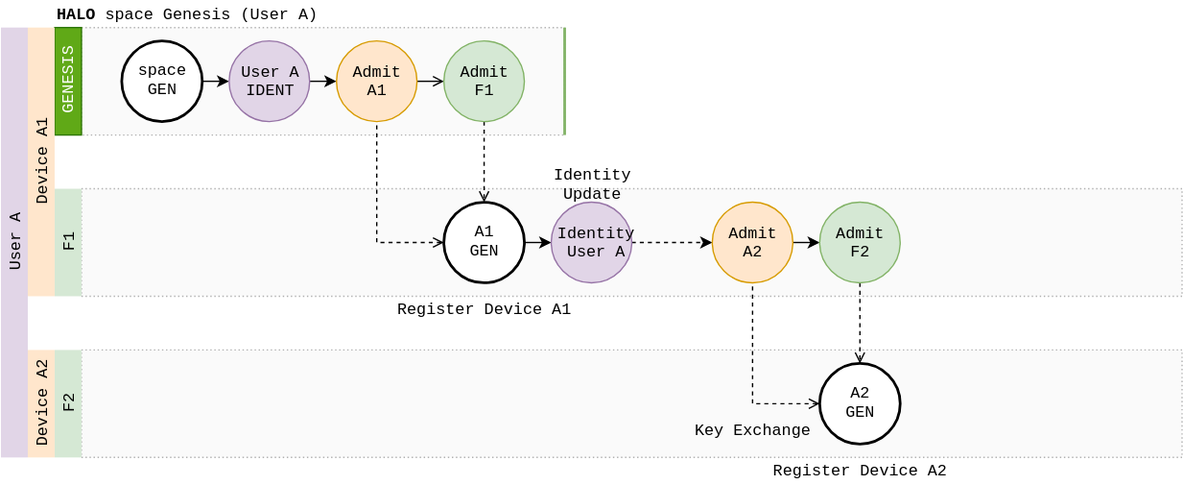
Before: docs/docs/design/diagrams/halo-credentials.drawio.svg, a diagram exported from draw.io (dxos/dxos). Source tidied: cells renumbered, new cells last; positions are measured from the earlier drawing's top-left corner, leaving out a move shared by most shapes. Its diagram source:
```xml
<mxGraphModel background="#ffffff">
  <root>
    <mxCell id="0" />
    <mxCell id="1" parent="0" />
    <mxCell id="2" style="rounded=0;whiteSpace=wrap;html=1;fillColor=#f5f5f5;dashed=1;dashPattern=1 2;strokeWidth=1;opacity=50;strokeColor=#666666;fontColor=#333333;" parent="1" vertex="1">
      <mxGeometry x="60" y="20" width="360" height="80" as="geometry" />
    </mxCell>
    <mxCell id="3" style="rounded=0;whiteSpace=wrap;html=1;fillColor=#f5f5f5;dashed=1;dashPattern=1 2;strokeWidth=1;opacity=50;strokeColor=#666666;fontColor=#333333;" parent="1" vertex="1">
      <mxGeometry x="60" y="140" width="820" height="80" as="geometry" />
    </mxCell>
    <mxCell id="4" style="rounded=0;whiteSpace=wrap;html=1;fillColor=#f5f5f5;dashed=1;dashPattern=1 2;strokeWidth=1;opacity=50;strokeColor=#666666;fontColor=#333333;" parent="1" vertex="1">
      <mxGeometry x="60" y="260" width="820" height="80" as="geometry" />
    </mxCell>
    <mxCell id="5" style="edgeStyle=orthogonalEdgeStyle;rounded=0;jettySize=auto;html=1;exitX=1;exitY=0.5;exitDx=0;exitDy=0;entryX=0;entryY=0.5;entryDx=0;entryDy=0;fontFamily=Courier New;fontSize=12;" parent="1" edge="1" source="6" target="8">
      <mxGeometry relative="1" as="geometry" />
    </mxCell>
    <mxCell id="6" value="Party&lt;br style=&quot;font-size: 12px;&quot;&gt;GEN" style="ellipse;whiteSpace=wrap;html=1;fontFamily=Courier New;fontSize=12;strokeWidth=2;" parent="1" vertex="1">
      <mxGeometry x="90" y="30" width="60" height="60" as="geometry" />
    </mxCell>
    <mxCell id="7" style="edgeStyle=orthogonalEdgeStyle;rounded=0;jettySize=auto;html=1;exitX=1;exitY=0.5;exitDx=0;exitDy=0;entryX=0;entryY=0.5;entryDx=0;entryDy=0;endArrow=classic;endFill=1;fontFamily=Courier New;fontSize=12;" parent="1" edge="1" source="8" target="28">
      <mxGeometry relative="1" as="geometry" />
    </mxCell>
    <mxCell id="8" value="User A&lt;br&gt;IDENT" style="ellipse;whiteSpace=wrap;html=1;fontFamily=Courier New;fontSize=12;fillColor=#e1d5e7;strokeColor=#9673a6;" parent="1" vertex="1">
      <mxGeometry x="170" y="30" width="60" height="60" as="geometry" />
    </mxCell>
    <mxCell id="9" style="edgeStyle=orthogonalEdgeStyle;rounded=0;jettySize=auto;html=1;exitX=1;exitY=0.5;exitDx=0;exitDy=0;entryX=0;entryY=0.5;entryDx=0;entryDy=0;fontFamily=Courier New;fontSize=12;" parent="1" edge="1" source="11" target="15">
      <mxGeometry relative="1" as="geometry" />
    </mxCell>
    <mxCell id="10" style="edgeStyle=orthogonalEdgeStyle;rounded=0;jettySize=auto;html=1;exitX=0;exitY=0.5;exitDx=0;exitDy=0;entryX=0.5;entryY=1;entryDx=0;entryDy=0;dashed=1;endArrow=none;endFill=0;fontFamily=Courier New;fontSize=12;startArrow=open;startFill=0;" parent="1" edge="1" source="11" target="28">
      <mxGeometry relative="1" as="geometry" />
    </mxCell>
    <mxCell id="11" value="A1&lt;br&gt;GEN" style="ellipse;whiteSpace=wrap;html=1;fontFamily=Courier New;fontSize=12;strokeWidth=2;" parent="1" vertex="1">
      <mxGeometry x="330" y="150" width="60" height="60" as="geometry" />
    </mxCell>
    <mxCell id="12" style="edgeStyle=orthogonalEdgeStyle;rounded=0;jettySize=auto;html=1;exitX=0;exitY=0.5;exitDx=0;exitDy=0;entryX=0.5;entryY=1;entryDx=0;entryDy=0;endArrow=none;endFill=0;fontFamily=Courier New;fontSize=12;dashed=1;startArrow=open;startFill=0;" parent="1" edge="1" source="13" target="18">
      <mxGeometry relative="1" as="geometry" />
    </mxCell>
    <mxCell id="13" value="A2&lt;br&gt;GEN" style="ellipse;whiteSpace=wrap;html=1;fontFamily=Courier New;fontSize=12;strokeWidth=2;" parent="1" vertex="1">
      <mxGeometry x="610" y="270" width="60" height="60" as="geometry" />
    </mxCell>
    <mxCell id="14" style="edgeStyle=orthogonalEdgeStyle;rounded=0;jettySize=auto;html=1;exitX=1;exitY=0.5;exitDx=0;exitDy=0;entryX=0;entryY=0.5;entryDx=0;entryDy=0;dashed=1;fontFamily=Courier New;fontSize=12;" parent="1" edge="1" source="15" target="18">
      <mxGeometry relative="1" as="geometry" />
    </mxCell>
    <mxCell id="15" value="Profile&lt;br style=&quot;font-size: 12px&quot;&gt;User A" style="ellipse;whiteSpace=wrap;html=1;fontFamily=Courier New;fontSize=12;fillColor=#e1d5e7;strokeColor=#9673a6;" parent="1" vertex="1">
      <mxGeometry x="410" y="150" width="60" height="60" as="geometry" />
    </mxCell>
    <mxCell id="16" style="edgeStyle=orthogonalEdgeStyle;rounded=0;jettySize=auto;html=1;exitX=0.5;exitY=1;exitDx=0;exitDy=0;entryX=0.5;entryY=0;entryDx=0;entryDy=0;fontFamily=Courier New;fontSize=12;dashed=1;endArrow=open;endFill=0;" parent="1" edge="1" source="32" target="13">
      <mxGeometry relative="1" as="geometry" />
    </mxCell>
    <mxCell id="17" style="edgeStyle=orthogonalEdgeStyle;rounded=0;jettySize=auto;html=1;exitX=1;exitY=0.5;exitDx=0;exitDy=0;entryX=0;entryY=0.5;entryDx=0;entryDy=0;endArrow=classic;endFill=1;fontFamily=Courier New;fontSize=12;" parent="1" edge="1" source="18" target="32">
      <mxGeometry relative="1" as="geometry" />
    </mxCell>
    <mxCell id="18" value="Admit&lt;br style=&quot;font-size: 12px&quot;&gt;A2" style="ellipse;whiteSpace=wrap;html=1;fontFamily=Courier New;fontSize=12;fillColor=#ffe6cc;strokeColor=#d79b00;" parent="1" vertex="1">
      <mxGeometry x="530" y="150" width="60" height="60" as="geometry" />
    </mxCell>
    <mxCell id="19" value="F2" style="rounded=0;whiteSpace=wrap;html=1;strokeWidth=1;horizontal=0;fillColor=#d5e8d4;strokeColor=none;fontSize=12;fontFamily=Courier New;" parent="1" vertex="1">
      <mxGeometry x="40" y="260" width="20" height="80" as="geometry" />
    </mxCell>
    <mxCell id="20" value="F1" style="rounded=0;whiteSpace=wrap;html=1;strokeWidth=1;horizontal=0;fillColor=#d5e8d4;strokeColor=none;fontSize=12;fontFamily=Courier New;" parent="1" vertex="1">
      <mxGeometry x="40" y="140" width="20" height="80" as="geometry" />
    </mxCell>
    <mxCell id="21" value="GENESIS" style="rounded=0;whiteSpace=wrap;html=1;strokeWidth=1;horizontal=0;fillColor=#60a917;strokeColor=#2D7600;fontColor=#ffffff;fontSize=12;fontFamily=Courier New;" parent="1" vertex="1">
      <mxGeometry x="40" y="20" width="20" height="80" as="geometry" />
    </mxCell>
    <mxCell id="22" value="User A" style="rounded=0;whiteSpace=wrap;html=1;strokeWidth=1;horizontal=0;fillColor=#e1d5e7;strokeColor=none;fontSize=12;fontFamily=Courier New;" parent="1" vertex="1">
      <mxGeometry y="20" width="20" height="320" as="geometry" />
    </mxCell>
    <mxCell id="23" value="Device A2" style="rounded=0;whiteSpace=wrap;html=1;strokeWidth=1;horizontal=0;fillColor=#ffe6cc;strokeColor=none;fontSize=12;fontFamily=Courier New;" parent="1" vertex="1">
      <mxGeometry x="20" y="260" width="20" height="80" as="geometry" />
    </mxCell>
    <mxCell id="24" value="Device A1" style="rounded=0;whiteSpace=wrap;html=1;strokeWidth=1;horizontal=0;fillColor=#ffe6cc;strokeColor=none;fontSize=12;fontFamily=Courier New;" parent="1" vertex="1">
      <mxGeometry x="20" y="20" width="20" height="200" as="geometry" />
    </mxCell>
    <mxCell id="25" value="&lt;b&gt;HALO&lt;/b&gt; Party Genesis (User A)" style="text;html=1;strokeColor=none;fillColor=none;align=left;verticalAlign=middle;whiteSpace=wrap;rounded=0;dashed=1;dashPattern=1 2;fontFamily=Courier New;fontSize=12;opacity=50;" parent="1" vertex="1">
      <mxGeometry x="40" width="240" height="20" as="geometry" />
    </mxCell>
    <mxCell id="26" value="Profile Update" style="text;html=1;strokeColor=none;fillColor=none;align=center;verticalAlign=middle;whiteSpace=wrap;rounded=0;dashed=1;dashPattern=1 2;fontFamily=Courier New;fontSize=12;opacity=50;" parent="1" vertex="1">
      <mxGeometry x="380" y="120" width="120" height="20" as="geometry" />
    </mxCell>
    <mxCell id="27" style="edgeStyle=orthogonalEdgeStyle;rounded=0;jettySize=auto;html=1;exitX=1;exitY=0.5;exitDx=0;exitDy=0;entryX=0;entryY=0.5;entryDx=0;entryDy=0;endArrow=open;endFill=0;fontFamily=Courier New;fontSize=12;" parent="1" edge="1" source="28" target="31">
      <mxGeometry relative="1" as="geometry" />
    </mxCell>
    <mxCell id="28" value="Admit&lt;br style=&quot;font-size: 12px&quot;&gt;A1" style="ellipse;whiteSpace=wrap;html=1;fontFamily=Courier New;fontSize=12;fillColor=#ffe6cc;strokeColor=#d79b00;" parent="1" vertex="1">
      <mxGeometry x="250" y="30" width="60" height="60" as="geometry" />
    </mxCell>
    <mxCell id="29" value="Register Device A1" style="text;html=1;strokeColor=none;fillColor=none;align=center;verticalAlign=middle;whiteSpace=wrap;rounded=0;dashed=1;dashPattern=1 2;fontFamily=Courier New;fontSize=12;opacity=50;" parent="1" vertex="1">
      <mxGeometry x="280" y="220" width="160" height="20" as="geometry" />
    </mxCell>
    <mxCell id="30" style="edgeStyle=orthogonalEdgeStyle;rounded=0;jettySize=auto;html=1;exitX=0.5;exitY=1;exitDx=0;exitDy=0;entryX=0.5;entryY=0;entryDx=0;entryDy=0;dashed=1;endArrow=open;endFill=0;fontFamily=Courier New;fontSize=12;" parent="1" edge="1" source="31" target="11">
      <mxGeometry relative="1" as="geometry" />
    </mxCell>
    <mxCell id="31" value="Admit&lt;br style=&quot;font-size: 12px&quot;&gt;F1" style="ellipse;whiteSpace=wrap;html=1;fontFamily=Courier New;fontSize=12;fillColor=#d5e8d4;strokeColor=#82b366;" parent="1" vertex="1">
      <mxGeometry x="330" y="30" width="60" height="60" as="geometry" />
    </mxCell>
    <mxCell id="32" value="Admit&lt;br style=&quot;font-size: 12px&quot;&gt;F2" style="ellipse;whiteSpace=wrap;html=1;fontFamily=Courier New;fontSize=12;fillColor=#d5e8d4;strokeColor=#82b366;" parent="1" vertex="1">
      <mxGeometry x="610" y="150" width="60" height="60" as="geometry" />
    </mxCell>
    <mxCell id="33" value="Key Exchange" style="text;html=1;strokeColor=none;fillColor=none;align=center;verticalAlign=middle;whiteSpace=wrap;rounded=0;dashed=1;dashPattern=1 2;fontFamily=Courier New;fontSize=12;opacity=50;" parent="1" vertex="1">
      <mxGeometry x="500" y="310" width="120" height="20" as="geometry" />
    </mxCell>
    <mxCell id="34" value="Register Device A2" style="text;html=1;strokeColor=none;fillColor=none;align=center;verticalAlign=middle;whiteSpace=wrap;rounded=0;dashed=1;dashPattern=1 2;fontFamily=Courier New;fontSize=12;opacity=50;" parent="1" vertex="1">
      <mxGeometry x="560" y="340" width="160" height="20" as="geometry" />
    </mxCell>
    <mxCell id="35" style="endArrow=none;html=1;strokeWidth=2;fontFamily=Courier New;fontSize=12;fillColor=#d5e8d4;strokeColor=#82b366;" parent="1" edge="1">
      <mxGeometry relative="1" as="geometry">
        <mxPoint x="420" y="100" as="sourcePoint" />
        <mxPoint x="420" y="20" as="targetPoint" />
      </mxGeometry>
    </mxCell>
  </root>
</mxGraphModel>
```
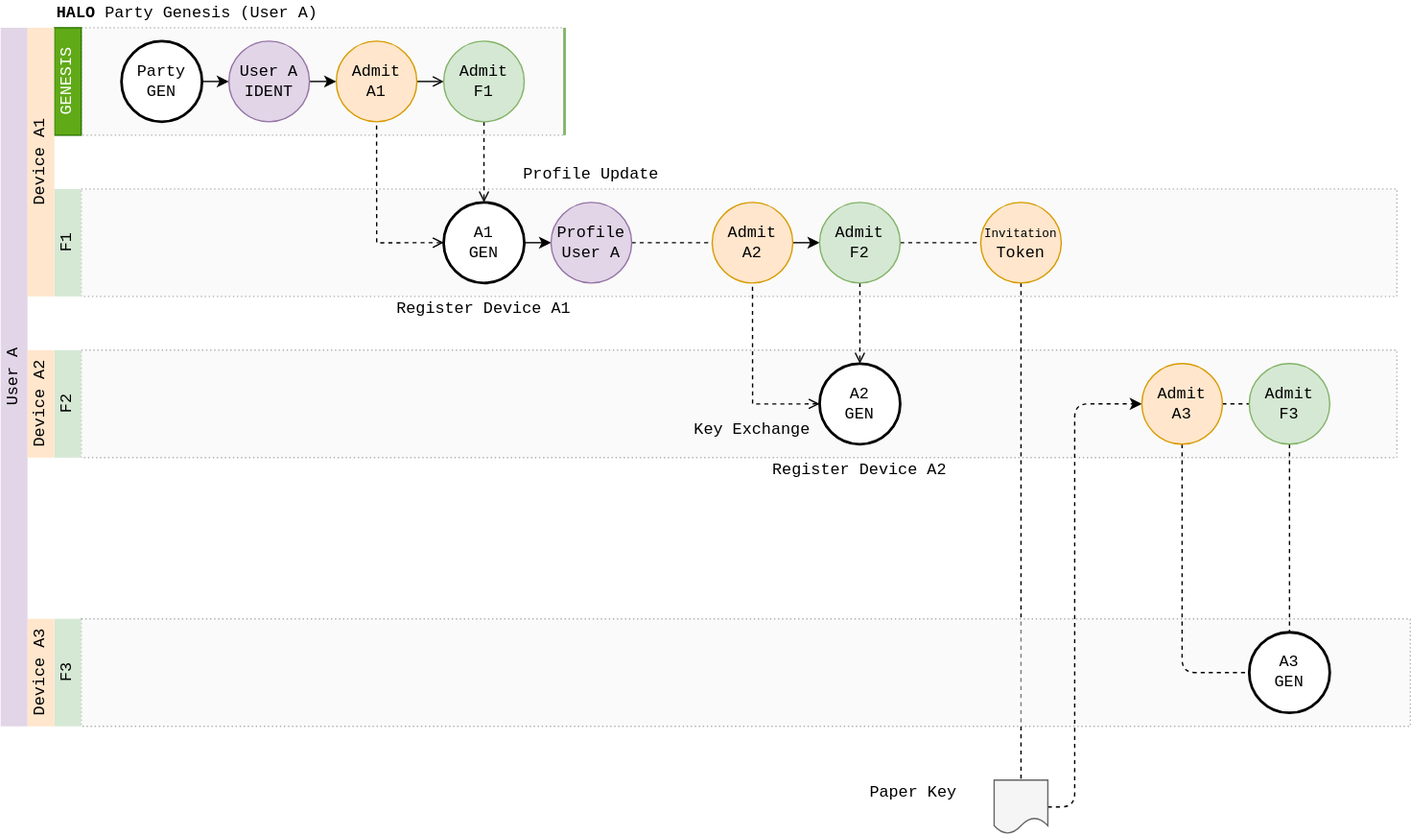
After the change.

What changed in the source:
```diff
@@ -6,10 +6,10 @@
       <mxGeometry x="60" y="20" width="360" height="80" as="geometry" />
     </mxCell>
     <mxCell id="3" style="rounded=0;whiteSpace=wrap;html=1;fillColor=#f5f5f5;dashed=1;dashPattern=1 2;strokeWidth=1;opacity=50;strokeColor=#666666;fontColor=#333333;" parent="1" vertex="1">
-      <mxGeometry x="60" y="140" width="820" height="80" as="geometry" />
+      <mxGeometry x="60" y="140" width="980" height="80" as="geometry" />
     </mxCell>
     <mxCell id="4" style="rounded=0;whiteSpace=wrap;html=1;fillColor=#f5f5f5;dashed=1;dashPattern=1 2;strokeWidth=1;opacity=50;strokeColor=#666666;fontColor=#333333;" parent="1" vertex="1">
-      <mxGeometry x="60" y="260" width="820" height="80" as="geometry" />
+      <mxGeometry x="60" y="260" width="980" height="80" as="geometry" />
     </mxCell>
     <mxCell id="5" style="edgeStyle=orthogonalEdgeStyle;rounded=0;jettySize=auto;html=1;exitX=1;exitY=0.5;exitDx=0;exitDy=0;entryX=0;entryY=0.5;entryDx=0;entryDy=0;fontFamily=Courier New;fontSize=12;" parent="1" edge="1" source="6" target="8">
       <mxGeometry relative="1" as="geometry" />
@@ -38,7 +38,7 @@
     <mxCell id="13" value="A2&lt;br&gt;GEN" style="ellipse;whiteSpace=wrap;html=1;fontFamily=Courier New;fontSize=12;strokeWidth=2;" parent="1" vertex="1">
       <mxGeometry x="610" y="270" width="60" height="60" as="geometry" />
     </mxCell>
-    <mxCell id="14" style="edgeStyle=orthogonalEdgeStyle;rounded=0;jettySize=auto;html=1;exitX=1;exitY=0.5;exitDx=0;exitDy=0;entryX=0;entryY=0.5;entryDx=0;entryDy=0;dashed=1;fontFamily=Courier New;fontSize=12;" parent="1" edge="1" source="15" target="18">
+    <mxCell id="14" style="edgeStyle=orthogonalEdgeStyle;rounded=0;jettySize=auto;html=1;exitX=1;exitY=0.5;exitDx=0;exitDy=0;entryX=0;entryY=0.5;entryDx=0;entryDy=0;dashed=1;fontFamily=Courier New;fontSize=12;endArrow=none;endFill=0;" parent="1" edge="1" source="15" target="18">
       <mxGeometry relative="1" as="geometry" />
     </mxCell>
     <mxCell id="15" value="Profile&lt;br style=&quot;font-size: 12px&quot;&gt;User A" style="ellipse;whiteSpace=wrap;html=1;fontFamily=Courier New;fontSize=12;fillColor=#e1d5e7;strokeColor=#9673a6;" parent="1" vertex="1">
@@ -63,7 +63,7 @@
       <mxGeometry x="40" y="20" width="20" height="80" as="geometry" />
     </mxCell>
     <mxCell id="22" value="User A" style="rounded=0;whiteSpace=wrap;html=1;strokeWidth=1;horizontal=0;fillColor=#e1d5e7;strokeColor=none;fontSize=12;fontFamily=Courier New;" parent="1" vertex="1">
-      <mxGeometry y="20" width="20" height="320" as="geometry" />
+      <mxGeometry y="20" width="20" height="520" as="geometry" />
     </mxCell>
     <mxCell id="23" value="Device A2" style="rounded=0;whiteSpace=wrap;html=1;strokeWidth=1;horizontal=0;fillColor=#ffe6cc;strokeColor=none;fontSize=12;fontFamily=Courier New;" parent="1" vertex="1">
       <mxGeometry x="20" y="260" width="20" height="80" as="geometry" />
@@ -92,6 +92,9 @@
     <mxCell id="31" value="Admit&lt;br style=&quot;font-size: 12px&quot;&gt;F1" style="ellipse;whiteSpace=wrap;html=1;fontFamily=Courier New;fontSize=12;fillColor=#d5e8d4;strokeColor=#82b366;" parent="1" vertex="1">
       <mxGeometry x="330" y="30" width="60" height="60" as="geometry" />
     </mxCell>
+    <mxCell id="36" style="edgeStyle=none;html=1;exitX=1;exitY=0.5;exitDx=0;exitDy=0;entryX=0;entryY=0.5;entryDx=0;entryDy=0;fontSize=9;endArrow=none;endFill=0;dashed=1;" parent="1" edge="1" source="32" target="38">
+      <mxGeometry relative="1" as="geometry" />
+    </mxCell>
     <mxCell id="32" value="Admit&lt;br style=&quot;font-size: 12px&quot;&gt;F2" style="ellipse;whiteSpace=wrap;html=1;fontFamily=Courier New;fontSize=12;fillColor=#d5e8d4;strokeColor=#82b366;" parent="1" vertex="1">
       <mxGeometry x="610" y="150" width="60" height="60" as="geometry" />
     </mxCell>
@@ -107,5 +110,56 @@
         <mxPoint x="420" y="20" as="targetPoint" />
       </mxGeometry>
     </mxCell>
+    <mxCell id="37" style="edgeStyle=none;html=1;exitX=0.5;exitY=1;exitDx=0;exitDy=0;dashed=1;fontSize=9;endArrow=none;endFill=0;" parent="1" edge="1" source="38" target="44">
+      <mxGeometry relative="1" as="geometry" />
+    </mxCell>
+    <mxCell id="38" value="&lt;font style=&quot;font-size: 9px;&quot;&gt;Invitation&lt;/font&gt;&lt;br&gt;Token" style="ellipse;whiteSpace=wrap;html=1;fontFamily=Courier New;fontSize=12;fillColor=#ffe6cc;strokeColor=#d79b00;" parent="1" vertex="1">
+      <mxGeometry x="730" y="150" width="60" height="60" as="geometry" />
+    </mxCell>
+    <mxCell id="39" style="rounded=0;whiteSpace=wrap;html=1;fillColor=#f5f5f5;dashed=1;dashPattern=1 2;strokeWidth=1;opacity=50;strokeColor=#666666;fontColor=#333333;" parent="1" vertex="1">
+      <mxGeometry x="60" y="460" width="990" height="80" as="geometry" />
+    </mxCell>
+    <mxCell id="40" value="A3&lt;br&gt;GEN" style="ellipse;whiteSpace=wrap;html=1;fontFamily=Courier New;fontSize=12;strokeWidth=2;" parent="1" vertex="1">
+      <mxGeometry x="930" y="470" width="60" height="60" as="geometry" />
+    </mxCell>
+    <mxCell id="41" value="F3" style="rounded=0;whiteSpace=wrap;html=1;strokeWidth=1;horizontal=0;fillColor=#d5e8d4;strokeColor=none;fontSize=12;fontFamily=Courier New;" parent="1" vertex="1">
+      <mxGeometry x="40" y="460" width="20" height="80" as="geometry" />
+    </mxCell>
+    <mxCell id="42" value="Device A3" style="rounded=0;whiteSpace=wrap;html=1;strokeWidth=1;horizontal=0;fillColor=#ffe6cc;strokeColor=none;fontSize=12;fontFamily=Courier New;" parent="1" vertex="1">
+      <mxGeometry x="20" y="460" width="20" height="80" as="geometry" />
+    </mxCell>
+    <mxCell id="43" style="edgeStyle=none;html=1;exitX=1;exitY=0.5;exitDx=0;exitDy=0;dashed=1;fontSize=9;endArrow=classic;endFill=1;entryX=0;entryY=0.5;entryDx=0;entryDy=0;" parent="1" edge="1" source="44" target="47">
+      <mxGeometry relative="1" as="geometry">
+        <Array as="points">
+          <mxPoint x="800" y="600" />
+          <mxPoint x="800" y="300" />
+        </Array>
+      </mxGeometry>
+    </mxCell>
+    <mxCell id="44" style="shape=document;whiteSpace=wrap;html=1;boundedLbl=1;fontSize=9;fillColor=#f5f5f5;fontColor=#333333;strokeColor=#666666;" parent="1" vertex="1">
+      <mxGeometry x="740" y="580" width="40" height="40" as="geometry" />
+    </mxCell>
+    <mxCell id="45" style="edgeStyle=none;html=1;exitX=0.5;exitY=1;exitDx=0;exitDy=0;entryX=0;entryY=0.5;entryDx=0;entryDy=0;dashed=1;fontSize=9;endArrow=none;endFill=0;" parent="1" edge="1" source="47" target="40">
+      <mxGeometry relative="1" as="geometry">
+        <Array as="points">
+          <mxPoint x="880" y="500" />
+        </Array>
+      </mxGeometry>
+    </mxCell>
+    <mxCell id="46" style="edgeStyle=none;html=1;exitX=1;exitY=0.5;exitDx=0;exitDy=0;dashed=1;fontSize=9;endArrow=none;endFill=0;" parent="1" edge="1" source="47" target="49">
+      <mxGeometry relative="1" as="geometry" />
+    </mxCell>
+    <mxCell id="47" value="Admit&lt;br style=&quot;font-size: 12px&quot;&gt;A3" style="ellipse;whiteSpace=wrap;html=1;fontFamily=Courier New;fontSize=12;fillColor=#ffe6cc;strokeColor=#d79b00;" parent="1" vertex="1">
+      <mxGeometry x="850" y="270" width="60" height="60" as="geometry" />
+    </mxCell>
+    <mxCell id="48" style="edgeStyle=none;html=1;exitX=0.5;exitY=1;exitDx=0;exitDy=0;dashed=1;fontSize=9;endArrow=none;endFill=0;" parent="1" edge="1" source="49" target="40">
+      <mxGeometry relative="1" as="geometry" />
+    </mxCell>
+    <mxCell id="49" value="Admit&lt;br style=&quot;font-size: 12px&quot;&gt;F3" style="ellipse;whiteSpace=wrap;html=1;fontFamily=Courier New;fontSize=12;fillColor=#d5e8d4;strokeColor=#82b366;" parent="1" vertex="1">
+      <mxGeometry x="930" y="270" width="60" height="60" as="geometry" />
+    </mxCell>
+    <mxCell id="50" value="Paper Key" style="text;html=1;strokeColor=none;fillColor=none;align=center;verticalAlign=middle;whiteSpace=wrap;rounded=0;dashed=1;dashPattern=1 2;fontFamily=Courier New;fontSize=12;opacity=50;" parent="1" vertex="1">
+      <mxGeometry x="640" y="580" width="80" height="20" as="geometry" />
+    </mxCell>
   </root>
 </mxGraphModel>
```
